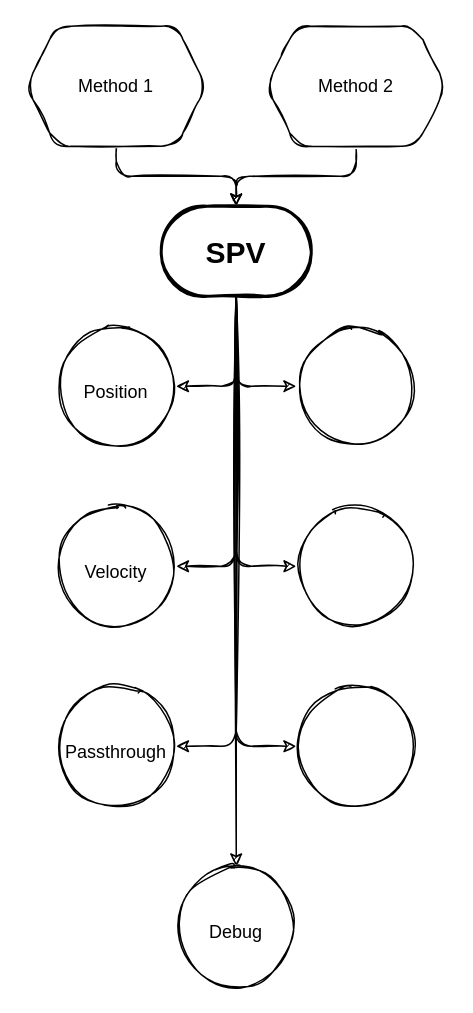
Earlier version of the draw.io diagram Untitled Diagram_2.drawio (AlbinSjoegren/SPV). Source tidied: cells renumbered, new cells numbered last; positions are measured from the earlier drawing's top-left corner, leaving out a move shared by most shapes. Both pictures are drawn from the tidied source at 150%, with x=0, y=0 at pixel (26, 26).
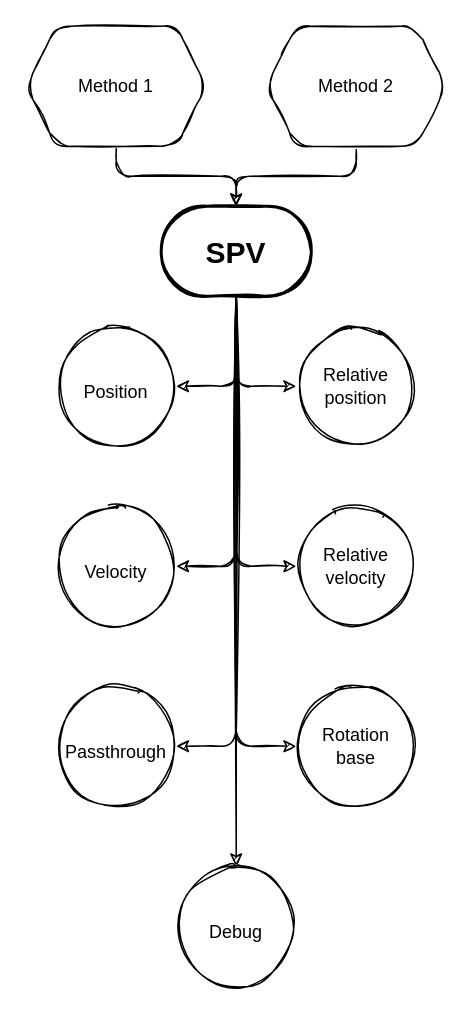
After the change.

Change to the diagram source:
```diff
@@
-    <mxCell id="14" style="ellipse;whiteSpace=wrap;html=1;rounded=1;sketch=1;fontSize=12;" parent="1" vertex="1">
+    <mxCell id="14" value="&lt;div&gt;Relative&lt;/div&gt;&lt;div&gt;position&lt;/div&gt;" style="ellipse;whiteSpace=wrap;html=1;rounded=1;sketch=1;fontSize=12;" parent="1" vertex="1">
       <mxGeometry x="180" y="200" width="80" height="80" as="geometry" />
     </mxCell>
-    <mxCell id="15" style="ellipse;whiteSpace=wrap;html=1;rounded=1;sketch=1;fontSize=12;" parent="1" vertex="1">
+    <mxCell id="15" value="&lt;div&gt;Relative&lt;/div&gt;&lt;div&gt;velocity&lt;/div&gt;" style="ellipse;whiteSpace=wrap;html=1;rounded=1;sketch=1;fontSize=12;" parent="1" vertex="1">
       <mxGeometry x="180" y="320" width="80" height="80" as="geometry" />
     </mxCell>
@@
-    <mxCell id="18" style="ellipse;whiteSpace=wrap;html=1;rounded=1;sketch=1;fontSize=12;" parent="1" vertex="1">
+    <mxCell id="18" value="&lt;div&gt;&lt;div&gt;Rotation&lt;/div&gt;&lt;div&gt;base&lt;/div&gt;&lt;/div&gt;" style="ellipse;whiteSpace=wrap;html=1;rounded=1;sketch=1;fontSize=12;" parent="1" vertex="1">
       <mxGeometry x="180" y="440" width="80" height="80" as="geometry" />
     </mxCell>
```
